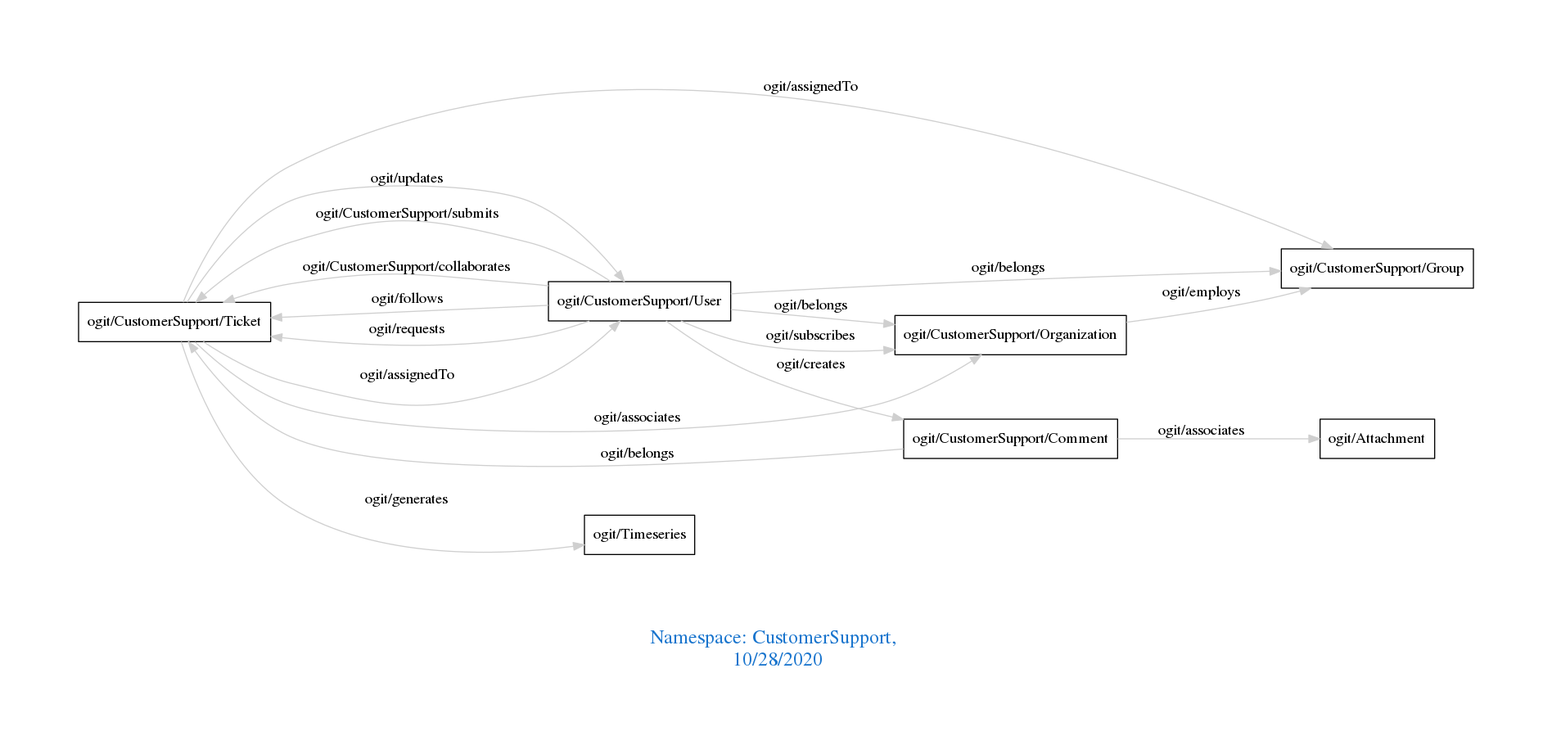
The Graphviz diagram downloads/CustomerSupport.png in arago/OGIT, before a commit. Its source is kept beside it as downloads/CustomerSupport.dot.
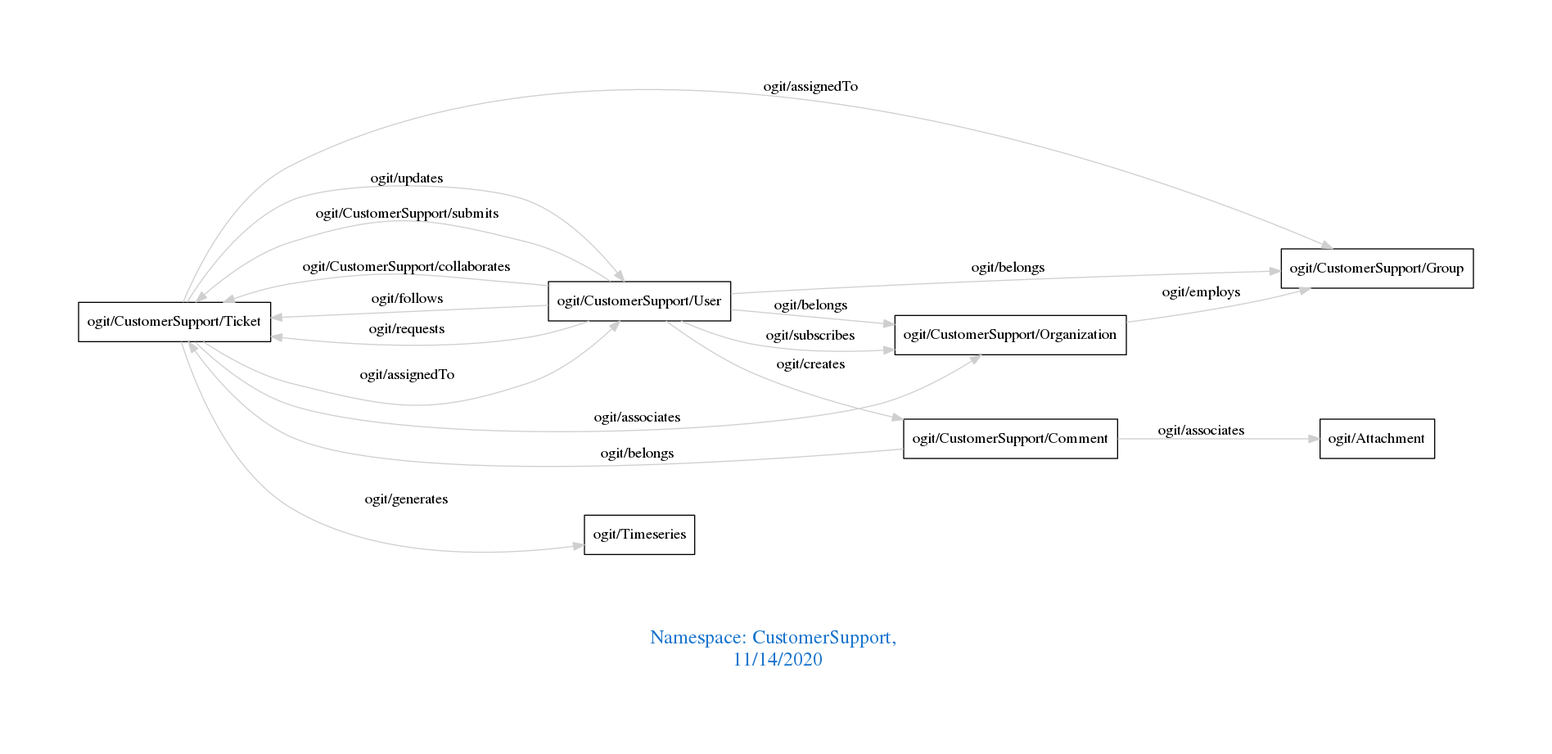
The same diagram one commit later.

Diff of the diagram source:
```diff
@@ -1,7 +1,7 @@
 digraph OGIT_ontology {
  graph [ rankdir= LR,pad=1
 fontsize = 18,
-fontcolor= dodgerblue3,label = "\n\n\nNamespace: CustomerSupport, \n 10/28/2020"];
+fontcolor= dodgerblue3,label = "\n\n\nNamespace: CustomerSupport, \n 11/14/2020"];
 node[shape=polygon];
 edge [  color="gray81"];
 
```
